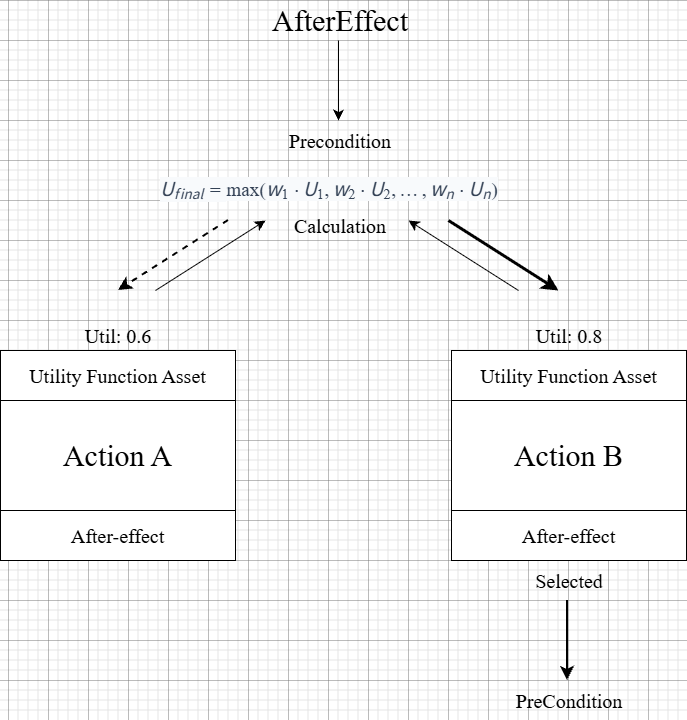
Earlier version of the draw.io export static/images/project2/statenode.png (Hongyoosung/Hongyoosung.github.io). Source tidied: cells renumbered, new cells last; positions are measured from the earlier drawing's top-left corner, leaving out a move shared by most shapes.
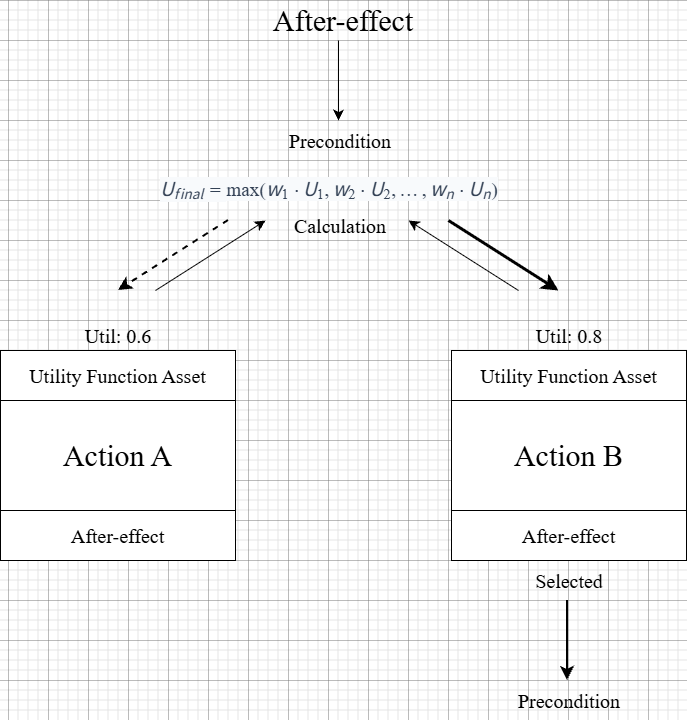
The same diagram one commit later.

What changed in the source:
```diff
@@ -8,8 +8,8 @@
         <mxPoint x="338" y="120" as="targetPoint" />
       </mxGeometry>
     </mxCell>
-    <mxCell id="3" value="AfterEffect" style="text;html=1;whiteSpace=wrap;strokeColor=none;fillColor=none;align=center;verticalAlign=middle;rounded=0;fontFamily=Times New Roman;fontSize=30;" parent="1" vertex="1">
-      <mxGeometry x="276" width="128" height="40" as="geometry" />
+    <mxCell id="3" value="After-effect" style="text;html=1;whiteSpace=wrap;strokeColor=none;fillColor=none;align=center;verticalAlign=middle;rounded=0;fontFamily=Times New Roman;fontSize=30;" parent="1" vertex="1">
+      <mxGeometry x="267" width="152" height="40" as="geometry" />
     </mxCell>
     <mxCell id="4" value="Action A" style="rounded=0;whiteSpace=wrap;html=1;fontSize=30;fontFamily=Times New Roman;" parent="1" vertex="1">
       <mxGeometry y="400" width="235" height="110" as="geometry" />
@@ -77,7 +77,7 @@
         <mxPoint x="567" y="680" as="targetPoint" />
       </mxGeometry>
     </mxCell>
-    <mxCell id="21" value="PreCondition" style="text;html=1;whiteSpace=wrap;strokeColor=none;fillColor=none;align=center;verticalAlign=middle;rounded=0;fontSize=20;fontFamily=Times New Roman;" parent="1" vertex="1">
+    <mxCell id="21" value="Precondition" style="text;html=1;whiteSpace=wrap;strokeColor=none;fillColor=none;align=center;verticalAlign=middle;rounded=0;fontSize=20;fontFamily=Times New Roman;" parent="1" vertex="1">
       <mxGeometry x="464" y="680" width="210" height="40" as="geometry" />
     </mxCell>
   </root>
```
